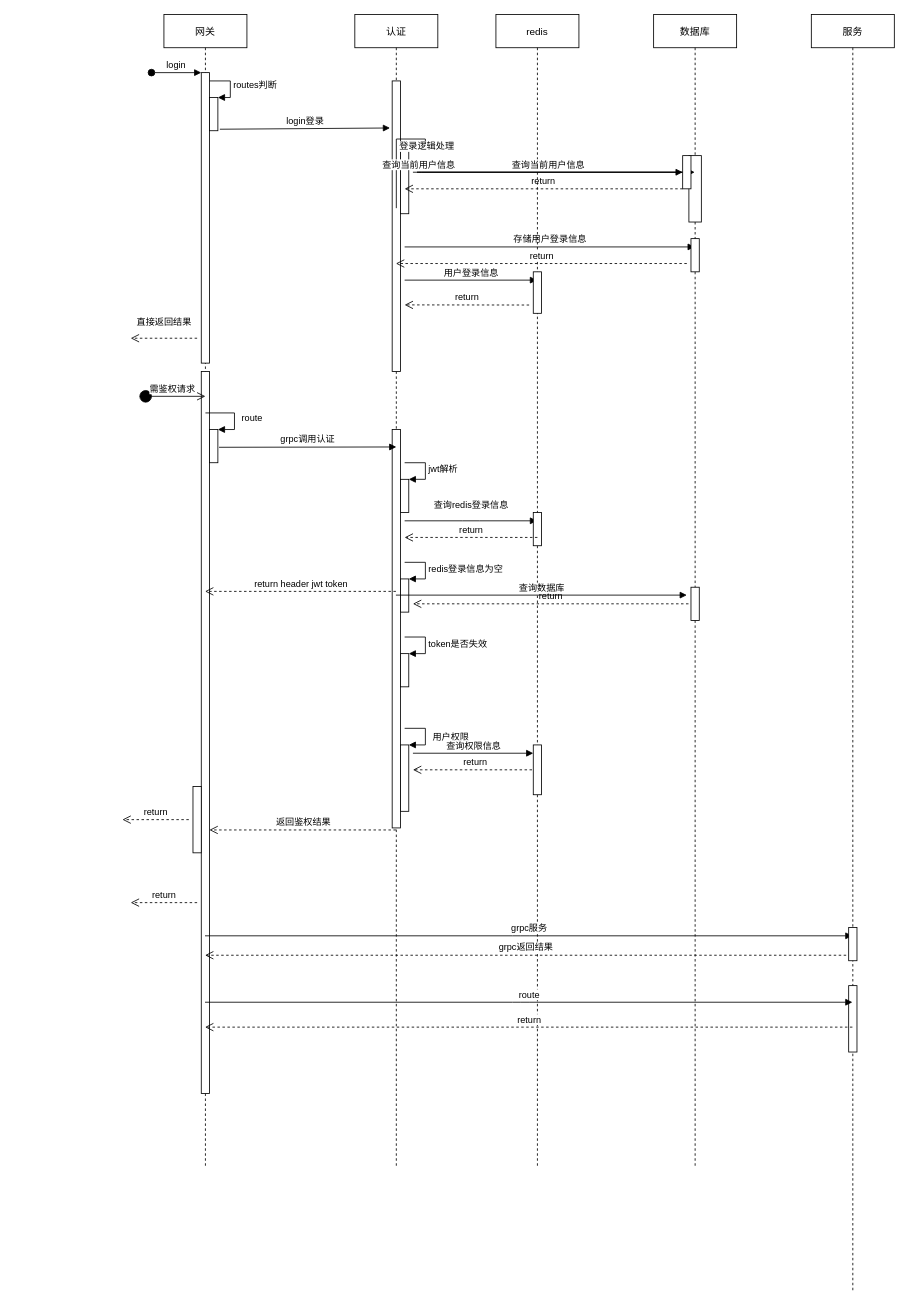
whgfc/diagrams keeps this draw.io diagram as Untitled Diagram.drawio. Above is the earlier version. Source tidied: cells renumbered, new cells numbered last; positions are measured from the earlier drawing's top-left corner, leaving out a move shared by most shapes. Both pictures are drawn from the tidied source at 83%, with x=0, y=0 at pixel (122, 14).
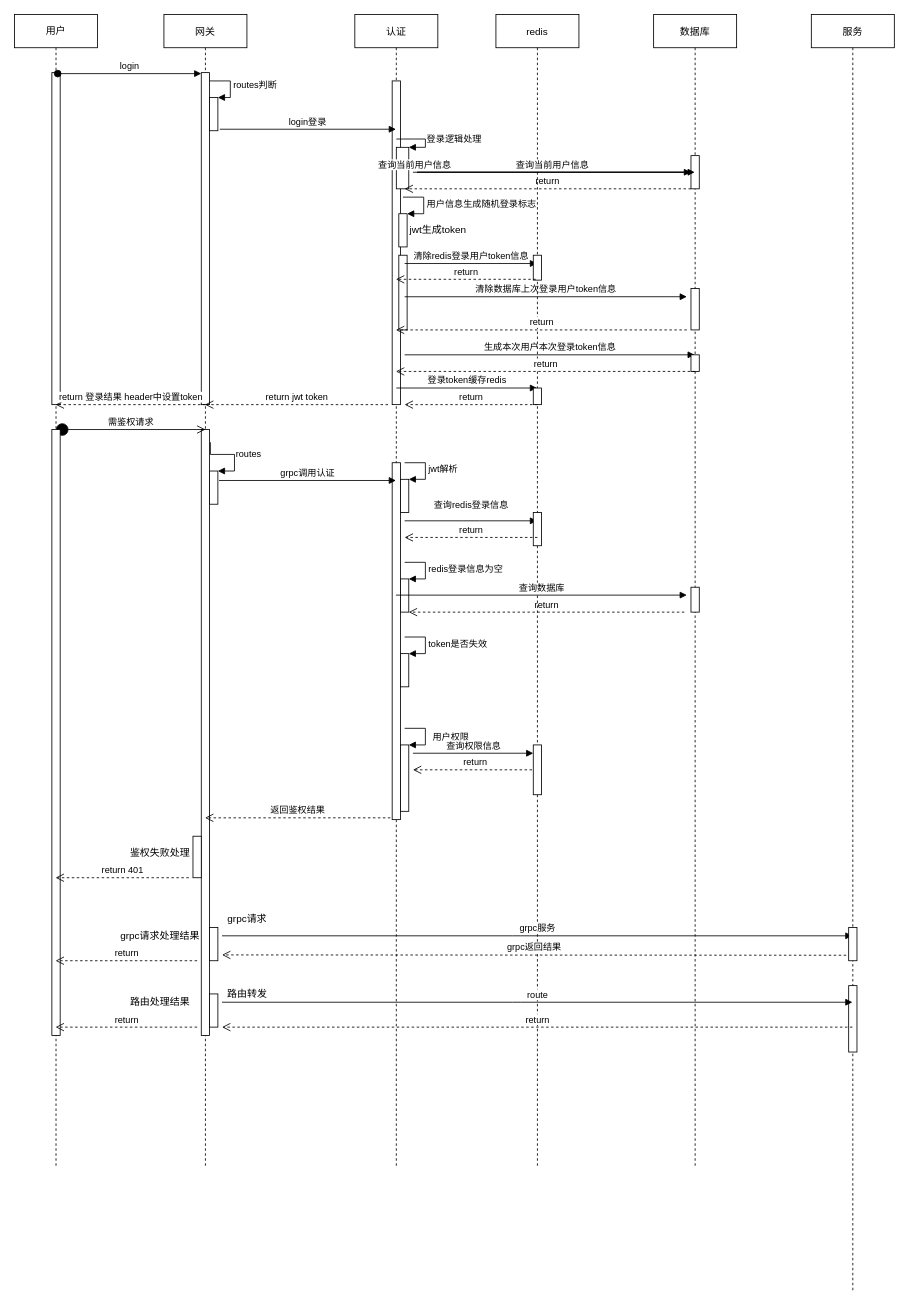
Above is the later version.

The change refers to these unchanged cells:
```xml
<mxCell id="2" value="网关" style="shape=umlLifeline;perimeter=lifelinePerimeter;rounded=0;shadow=0;strokeWidth=1;" parent="1" vertex="1">
  <mxGeometry x="50" width="100" height="1390" as="geometry" />
</mxCell>
<mxCell id="5" style="html=1;points=[];perimeter=orthogonalPerimeter;" parent="2" vertex="1">
  <mxGeometry x="55" y="100" width="10" height="40" as="geometry" />
</mxCell>
<mxCell id="11" value="认证" style="shape=umlLifeline;perimeter=lifelinePerimeter;rounded=0;shadow=0;strokeWidth=1;" parent="1" vertex="1">
  <mxGeometry x="280" width="100" height="1390" as="geometry" />
</mxCell>
<mxCell id="31" value="数据库" style="shape=umlLifeline;perimeter=lifelinePerimeter;rounded=0;shadow=0;strokeWidth=1;" parent="1" vertex="1">
  <mxGeometry x="640" width="100" height="1390" as="geometry" />
</mxCell>
<mxCell id="38" value="redis" style="shape=umlLifeline;perimeter=lifelinePerimeter;rounded=0;shadow=0;strokeWidth=1;" parent="1" vertex="1">
  <mxGeometry x="450" width="100" height="1390" as="geometry" />
</mxCell>
<mxCell id="50" value="服务" style="shape=umlLifeline;perimeter=lifelinePerimeter;rounded=0;shadow=0;strokeWidth=1;" parent="1" vertex="1">
  <mxGeometry x="830" width="100" height="1540" as="geometry" />
</mxCell>
<mxCell id="58" style="html=1;points=[];perimeter=orthogonalPerimeter;" parent="1" vertex="1">
  <mxGeometry x="875" y="1100" width="10" height="40" as="geometry" />
</mxCell>
```

What changed in the source:
```diff
@@
     <mxCell id="3" style="points=[];perimeter=orthogonalPerimeter;rounded=0;shadow=0;strokeWidth=1;" parent="2" vertex="1">
-      <mxGeometry x="45" y="70" width="10" height="350" as="geometry" />
+      <mxGeometry x="45" y="70" width="10" height="400" as="geometry" />
     </mxCell>
-    <mxCell id="4" value="login" style="verticalAlign=bottom;startArrow=oval;endArrow=block;startSize=8;shadow=0;strokeWidth=1;" parent="2" edge="1" target="3">
-      <mxGeometry relative="1" as="geometry">
-        <mxPoint x="-15" y="70" as="sourcePoint" />
-      </mxGeometry>
-    </mxCell>
@@
     <mxCell id="7" style="html=1;points=[];perimeter=orthogonalPerimeter;" parent="2" vertex="1">
-      <mxGeometry x="45" y="430" width="10" height="870" as="geometry" />
+      <mxGeometry x="45" y="500" width="10" height="730" as="geometry" />
     </mxCell>
-    <mxCell id="8" style="html=1;points=[];perimeter=orthogonalPerimeter;" parent="2" vertex="1">
-      <mxGeometry x="55" y="500" width="10" height="40" as="geometry" />
-    </mxCell>
-    <mxCell id="9" value="route" style="edgeStyle=orthogonalEdgeStyle;html=1;align=left;spacingLeft=2;endArrow=block;rounded=0;entryX=1;entryY=0;" parent="2" edge="1" target="8">
-      <mxGeometry x="0.08" y="5" relative="1" as="geometry">
-        <mxPoint x="50" y="480" as="sourcePoint" />
-        <Array as="points">
-          <mxPoint x="85" y="480" />
-        </Array>
-      </mxGeometry>
-    </mxCell>
-    <mxCell id="10" style="html=1;perimeter=orthogonalPerimeter;" parent="2" vertex="1">
-      <mxGeometry x="35" y="930" width="10" height="80" as="geometry" />
-    </mxCell>
+    <mxCell id="61" style="html=1;points=[];perimeter=orthogonalPerimeter;" parent="2" vertex="1">
+      <mxGeometry x="55" y="550" width="10" height="40" as="geometry" />
+    </mxCell>
+    <mxCell id="62" value="routes" style="edgeStyle=orthogonalEdgeStyle;html=1;align=left;spacingLeft=2;endArrow=block;rounded=0;entryX=1;entryY=0;exitX=1.1;exitY=0.021;exitDx=0;exitDy=0;exitPerimeter=0;" parent="2" edge="1" source="7" target="61">
+      <mxGeometry relative="1" as="geometry">
+        <Array as="points">
+          <mxPoint x="56" y="530" />
+          <mxPoint x="85" y="530" />
+          <mxPoint x="85" y="550" />
+        </Array>
+      </mxGeometry>
+    </mxCell>
+    <mxCell id="63" style="html=1;perimeter=orthogonalPerimeter;" parent="2" vertex="1">
+      <mxGeometry x="35" y="990" width="10" height="50" as="geometry" />
+    </mxCell>
+    <mxCell id="64" style="html=1;perimeter=orthogonalPerimeter;" parent="2" vertex="1">
+      <mxGeometry x="55" y="1100" width="10" height="40" as="geometry" />
+    </mxCell>
+    <mxCell id="65" style="html=1;perimeter=orthogonalPerimeter;" parent="2" vertex="1">
+      <mxGeometry x="55" y="1180" width="10" height="40" as="geometry" />
+    </mxCell>
@@
     <mxCell id="12" style="points=[];perimeter=orthogonalPerimeter;rounded=0;shadow=0;strokeWidth=1;" parent="11" vertex="1">
-      <mxGeometry x="45" y="80" width="10" height="350" as="geometry" />
+      <mxGeometry x="45" y="80" width="10" height="390" as="geometry" />
     </mxCell>
     <mxCell id="13" style="html=1;points=[];perimeter=orthogonalPerimeter;" parent="11" vertex="1">
-      <mxGeometry x="55" y="160" width="10" height="80" as="geometry" />
+      <mxGeometry x="50" y="160" width="15" height="50" as="geometry" />
     </mxCell>
-    <mxCell id="14" value="登录逻辑处理" style="edgeStyle=orthogonalEdgeStyle;html=1;align=left;spacingLeft=2;endArrow=block;rounded=0;entryX=1;entryY=0;exitX=0.5;exitY=0.438;exitDx=0;exitDy=0;exitPerimeter=0;" parent="11" edge="1" source="12" target="13">
+    <mxCell id="14" value="登录逻辑处理" style="edgeStyle=orthogonalEdgeStyle;html=1;align=left;spacingLeft=2;endArrow=block;rounded=0;entryX=1;entryY=0;" parent="11" edge="1" target="13">
       <mxGeometry relative="1" as="geometry">
+        <mxPoint x="50" y="150" as="sourcePoint" />
         <Array as="points">
           <mxPoint x="85" y="150" />
           <mxPoint x="85" y="160" />
         </Array>
       </mxGeometry>
     </mxCell>
     <mxCell id="15" style="html=1;points=[];perimeter=orthogonalPerimeter;" parent="11" vertex="1">
-      <mxGeometry x="45" y="500" width="10" height="480" as="geometry" />
+      <mxGeometry x="45" y="540" width="10" height="430" as="geometry" />
     </mxCell>
@@
-    <mxCell id="19" value="存储用户登录信息" style="html=1;verticalAlign=bottom;endArrow=block;" parent="11" edge="1" target="31">
-      <mxGeometry relative="1" as="geometry">
-        <mxPoint x="60" y="280" as="sourcePoint" />
-      </mxGeometry>
-    </mxCell>
-    <mxCell id="20" value="用户登录信息" style="html=1;verticalAlign=bottom;endArrow=block;" parent="11" edge="1" target="38">
-      <mxGeometry relative="1" as="geometry">
-        <mxPoint x="60" y="320" as="sourcePoint" />
-      </mxGeometry>
-    </mxCell>
@@
     <mxCell id="23" value="return" style="html=1;verticalAlign=bottom;endArrow=open;dashed=1;endSize=8;" parent="11" edge="1">
       <mxGeometry relative="1" as="geometry">
-        <mxPoint x="402" y="710" as="sourcePoint" />
-        <mxPoint x="70" y="710" as="targetPoint" />
+        <mxPoint x="397" y="720" as="sourcePoint" />
+        <mxPoint x="65" y="720" as="targetPoint" />
       </mxGeometry>
     </mxCell>
@@
+    <mxCell id="66" style="html=1;points=[];perimeter=orthogonalPerimeter;" parent="11" vertex="1">
+      <mxGeometry x="53" y="240" width="10" height="40" as="geometry" />
+    </mxCell>
+    <mxCell id="67" value="用户信息生成随机登录标志" style="edgeStyle=orthogonalEdgeStyle;html=1;align=left;spacingLeft=2;endArrow=block;rounded=0;entryX=1;entryY=0;" parent="11" edge="1" target="66">
+      <mxGeometry relative="1" as="geometry">
+        <mxPoint x="58" y="220" as="sourcePoint" />
+        <Array as="points">
+          <mxPoint x="83" y="220" />
+        </Array>
+      </mxGeometry>
+    </mxCell>
+    <mxCell id="68" style="html=1;points=[];perimeter=orthogonalPerimeter;" parent="11" vertex="1">
+      <mxGeometry x="53" y="290" width="10" height="90" as="geometry" />
+    </mxCell>
+    <mxCell id="69" value="清除redis登录用户token信息" style="html=1;verticalAlign=bottom;endArrow=block;" parent="11" edge="1" target="38">
+      <mxGeometry relative="1" as="geometry">
+        <mxPoint x="60" y="300" as="sourcePoint" />
+      </mxGeometry>
+    </mxCell>
+    <mxCell id="70" value="清除数据库上次登录用户token信息" style="html=1;verticalAlign=bottom;endArrow=block;exitX=0.7;exitY=0.556;exitDx=0;exitDy=0;exitPerimeter=0;" parent="11" edge="1" source="68">
+      <mxGeometry relative="1" as="geometry">
+        <mxPoint x="400" y="340" as="targetPoint" />
+      </mxGeometry>
+    </mxCell>
+    <mxCell id="71" value="生成本次用户本次登录token信息" style="html=1;verticalAlign=bottom;endArrow=block;" parent="11" edge="1" target="31">
+      <mxGeometry relative="1" as="geometry">
+        <mxPoint x="60" y="410" as="sourcePoint" />
+      </mxGeometry>
+    </mxCell>
+    <mxCell id="72" value="登录token缓存redis" style="html=1;verticalAlign=bottom;endArrow=block;" parent="11" edge="1" target="38">
+      <mxGeometry relative="1" as="geometry">
+        <mxPoint x="50" y="450" as="sourcePoint" />
+      </mxGeometry>
+    </mxCell>
-    <mxCell id="29" value="login登录" style="html=1;verticalAlign=bottom;endArrow=block;entryX=-0.26;entryY=0.162;exitX=1.24;exitY=0.955;exitDx=0;exitDy=0;exitPerimeter=0;entryDx=0;entryDy=0;entryPerimeter=0;" parent="1" edge="1" source="5" target="12">
+    <mxCell id="29" value="login登录" style="html=1;verticalAlign=bottom;endArrow=block;exitX=1.24;exitY=0.955;exitDx=0;exitDy=0;exitPerimeter=0;" parent="1" edge="1" source="5" target="11">
       <mxGeometry relative="1" as="geometry" />
     </mxCell>
-    <mxCell id="30" value="return header jwt token" style="html=1;verticalAlign=bottom;endArrow=open;dashed=1;endSize=8;" parent="1" edge="1" source="11" target="2">
-      <mxGeometry relative="1" as="geometry" />
-    </mxCell>
@@
-    <mxCell id="32" style="perimeter=orthogonalPerimeter;rounded=0;shadow=0;strokeWidth=1;" parent="31" vertex="1">
-      <mxGeometry x="42.5" y="170" width="15" height="80" as="geometry" />
-    </mxCell>
     <mxCell id="33" style="html=1;perimeter=orthogonalPerimeter;" parent="31" vertex="1">
-      <mxGeometry x="45" y="270" width="10" height="40" as="geometry" />
+      <mxGeometry x="45" y="410" width="10" height="20" as="geometry" />
     </mxCell>
     <mxCell id="34" style="html=1;perimeter=orthogonalPerimeter;" parent="31" vertex="1">
-      <mxGeometry x="45" y="690" width="10" height="40" as="geometry" />
+      <mxGeometry x="45" y="690" width="10" height="30" as="geometry" />
     </mxCell>
-    <mxCell id="35" value="直接返回结果" style="html=1;verticalAlign=bottom;endArrow=open;dashed=1;endSize=8;" parent="1" edge="1">
-      <mxGeometry y="-10" relative="1" as="geometry">
-        <mxPoint x="90" y="390" as="sourcePoint" />
-        <mxPoint x="10" y="390" as="targetPoint" />
-      </mxGeometry>
-    </mxCell>
+    <mxCell id="48" style="html=1;points=[];perimeter=orthogonalPerimeter;" parent="31" vertex="1">
+      <mxGeometry x="45" y="170" width="10" height="40" as="geometry" />
+    </mxCell>
-    <mxCell id="36" value="查询当前用户信息" style="html=1;verticalAlign=bottom;endArrow=block;" parent="1" edge="1" source="48" target="31">
+    <mxCell id="36" value="查询当前用户信息" style="html=1;verticalAlign=bottom;endArrow=block;" parent="31" edge="1" source="48" target="31">
       <mxGeometry relative="1" as="geometry">
         <Array as="points">
-          <mxPoint x="350" y="190" />
+          <mxPoint x="-290" y="190" />
         </Array>
       </mxGeometry>
     </mxCell>
+    <mxCell id="73" style="html=1;perimeter=orthogonalPerimeter;" parent="31" vertex="1">
+      <mxGeometry x="45" y="330" width="10" height="50" as="geometry" />
+    </mxCell>
@@
     <mxCell id="40" style="html=1;perimeter=orthogonalPerimeter;" parent="38" vertex="1">
-      <mxGeometry x="45" y="310" width="10" height="50" as="geometry" />
+      <mxGeometry x="45" y="450" width="10" height="20" as="geometry" />
     </mxCell>
@@
+    <mxCell id="74" style="html=1;points=[];perimeter=orthogonalPerimeter;" parent="38" vertex="1">
+      <mxGeometry x="45" y="290" width="10" height="30" as="geometry" />
+    </mxCell>
-    <mxCell id="42" value="需鉴权请求" style="html=1;verticalAlign=bottom;startArrow=circle;startFill=1;endArrow=open;startSize=6;endSize=8;" parent="1" edge="1">
+    <mxCell id="42" value="需鉴权请求" style="html=1;verticalAlign=bottom;startArrow=circle;startFill=1;endArrow=open;startSize=6;endSize=8;" parent="1" edge="1" source="75">
       <mxGeometry relative="1" as="geometry">
-        <mxPoint x="20" y="460" as="sourcePoint" />
-        <mxPoint x="100" y="460" as="targetPoint" />
+        <mxPoint x="100" y="500" as="targetPoint" />
       </mxGeometry>
     </mxCell>
-    <mxCell id="43" value="grpc调用认证" style="html=1;verticalAlign=bottom;endArrow=block;exitX=1.14;exitY=0.535;exitDx=0;exitDy=0;exitPerimeter=0;" parent="1" edge="1" source="8">
+    <mxCell id="43" value="grpc调用认证" style="html=1;verticalAlign=bottom;endArrow=block;exitX=1.14;exitY=0.535;exitDx=0;exitDy=0;exitPerimeter=0;" parent="1" edge="1" target="11">
       <mxGeometry relative="1" as="geometry">
-        <mxPoint x="330" y="521" as="targetPoint" />
+        <mxPoint x="116.4" y="561.4" as="sourcePoint" />
       </mxGeometry>
     </mxCell>
-    <mxCell id="44" value="return" style="html=1;verticalAlign=bottom;endArrow=open;dashed=1;endSize=8;" parent="1" edge="1" target="11">
-      <mxGeometry relative="1" as="geometry">
-        <mxPoint x="680" y="300" as="sourcePoint" />
-      </mxGeometry>
-    </mxCell>
-    <mxCell id="45" value="return" style="html=1;verticalAlign=bottom;endArrow=open;dashed=1;endSize=8;entryX=1.5;entryY=0.771;entryDx=0;entryDy=0;entryPerimeter=0;" parent="1" edge="1" target="12">
-      <mxGeometry relative="1" as="geometry">
-        <mxPoint x="490" y="350" as="sourcePoint" />
-      </mxGeometry>
-    </mxCell>
@@
-    <mxCell id="47" value="返回鉴权结果" style="html=1;verticalAlign=bottom;endArrow=open;dashed=1;endSize=8;entryX=0.98;entryY=0.635;entryDx=0;entryDy=0;entryPerimeter=0;" parent="1" edge="1" source="11" target="7">
+    <mxCell id="47" value="返回鉴权结果" style="html=1;verticalAlign=bottom;endArrow=open;dashed=1;endSize=8;exitX=-0.22;exitY=0.995;exitDx=0;exitDy=0;exitPerimeter=0;" parent="1" edge="1" source="15" target="2">
       <mxGeometry relative="1" as="geometry" />
     </mxCell>
-    <mxCell id="48" style="html=1;points=[];perimeter=orthogonalPerimeter;" parent="1" vertex="1">
-      <mxGeometry x="675" y="170" width="10" height="40" as="geometry" />
-    </mxCell>
@@
-    <mxCell id="52" value="return" style="html=1;verticalAlign=bottom;endArrow=open;dashed=1;endSize=8;" parent="1" edge="1">
-      <mxGeometry relative="1" as="geometry">
-        <mxPoint x="80" y="970" as="sourcePoint" />
-        <mxPoint y="970" as="targetPoint" />
-      </mxGeometry>
-    </mxCell>
-    <mxCell id="53" value="return" style="html=1;verticalAlign=bottom;endArrow=open;dashed=1;endSize=8;" parent="1" edge="1">
-      <mxGeometry relative="1" as="geometry">
-        <mxPoint x="90" y="1070" as="sourcePoint" />
-        <mxPoint x="10" y="1070" as="targetPoint" />
-      </mxGeometry>
-    </mxCell>
-    <mxCell id="54" value="grpc服务" style="html=1;verticalAlign=bottom;endArrow=block;" parent="1" edge="1" source="2" target="50">
+    <mxCell id="54" value="grpc服务" style="html=1;verticalAlign=bottom;endArrow=block;" parent="1" edge="1" target="50">
       <mxGeometry relative="1" as="geometry">
+        <mxPoint x="120" y="1110" as="sourcePoint" />
         <Array as="points">
           <mxPoint x="480" y="1110" />
         </Array>
       </mxGeometry>
     </mxCell>
-    <mxCell id="55" value="grpc返回结果" style="html=1;verticalAlign=bottom;endArrow=open;dashed=1;endSize=8;exitX=-0.3;exitY=0.835;exitDx=0;exitDy=0;exitPerimeter=0;" parent="1" edge="1" source="58" target="2">
-      <mxGeometry relative="1" as="geometry" />
+    <mxCell id="55" value="grpc返回结果" style="html=1;verticalAlign=bottom;endArrow=open;dashed=1;endSize=8;exitX=-0.3;exitY=0.835;exitDx=0;exitDy=0;exitPerimeter=0;" parent="1" edge="1" source="58">
+      <mxGeometry relative="1" as="geometry">
+        <mxPoint x="120" y="1133" as="targetPoint" />
+      </mxGeometry>
     </mxCell>
-    <mxCell id="56" value="route" style="html=1;verticalAlign=bottom;endArrow=block;" parent="1" edge="1" source="2" target="50">
+    <mxCell id="56" value="route" style="html=1;verticalAlign=bottom;endArrow=block;" parent="1" edge="1" target="50">
       <mxGeometry relative="1" as="geometry">
+        <mxPoint x="120" y="1190" as="sourcePoint" />
         <Array as="points">
           <mxPoint x="480" y="1190" />
         </Array>
       </mxGeometry>
     </mxCell>
-    <mxCell id="57" value="return" style="html=1;verticalAlign=bottom;endArrow=open;dashed=1;endSize=8;" parent="1" edge="1" source="50" target="2">
+    <mxCell id="57" value="return" style="html=1;verticalAlign=bottom;endArrow=open;dashed=1;endSize=8;" parent="1" edge="1" source="50">
       <mxGeometry relative="1" as="geometry">
+        <mxPoint x="120" y="1220" as="targetPoint" />
         <Array as="points">
           <mxPoint x="840" y="1220" />
         </Array>
       </mxGeometry>
     </mxCell>
@@
+    <mxCell id="75" value="用户" style="shape=umlLifeline;perimeter=lifelinePerimeter;whiteSpace=wrap;html=1;outlineConnect=0;" parent="1" vertex="1">
+      <mxGeometry x="-130" width="100" height="1390" as="geometry" />
+    </mxCell>
+    <mxCell id="76" style="html=1;points=[];perimeter=orthogonalPerimeter;" parent="75" vertex="1">
+      <mxGeometry x="45" y="70" width="10" height="400" as="geometry" />
+    </mxCell>
+    <mxCell id="77" style="html=1;perimeter=orthogonalPerimeter;" parent="75" vertex="1">
+      <mxGeometry x="45" y="500" width="10" height="730" as="geometry" />
+    </mxCell>
+    <mxCell id="4" value="login" style="verticalAlign=bottom;startArrow=oval;endArrow=block;startSize=8;shadow=0;strokeWidth=1;exitX=0.7;exitY=0.003;exitDx=0;exitDy=0;exitPerimeter=0;" parent="1" edge="1" source="76" target="3">
+      <mxGeometry relative="1" as="geometry" />
+    </mxCell>
+    <mxCell id="78" value="jwt生成token" style="text;html=1;align=center;verticalAlign=middle;" parent="1" vertex="1">
+      <mxGeometry x="340" y="250" width="80" height="20" as="geometry" />
+    </mxCell>
+    <mxCell id="79" value="return" style="html=1;verticalAlign=bottom;endArrow=open;dashed=1;endSize=8;exitX=0.3;exitY=0.967;exitDx=0;exitDy=0;exitPerimeter=0;" parent="1" edge="1" source="74" target="11">
+      <mxGeometry relative="1" as="geometry" />
+    </mxCell>
+    <mxCell id="80" value="return" style="html=1;verticalAlign=bottom;endArrow=open;dashed=1;endSize=8;" parent="1" edge="1" target="11">
+      <mxGeometry relative="1" as="geometry">
+        <mxPoint x="680" y="380" as="sourcePoint" />
+      </mxGeometry>
+    </mxCell>
+    <mxCell id="81" value="return" style="html=1;verticalAlign=bottom;endArrow=open;dashed=1;endSize=8;" parent="1" edge="1" target="11">
+      <mxGeometry relative="1" as="geometry">
+        <mxPoint x="690" y="430" as="sourcePoint" />
+      </mxGeometry>
+    </mxCell>
+    <mxCell id="82" value="return" style="html=1;verticalAlign=bottom;endArrow=open;dashed=1;endSize=8;entryX=1.5;entryY=1;entryDx=0;entryDy=0;entryPerimeter=0;" parent="1" edge="1" target="12">
+      <mxGeometry relative="1" as="geometry">
+        <mxPoint x="500" y="470" as="sourcePoint" />
+      </mxGeometry>
+    </mxCell>
+    <mxCell id="83" value="return jwt token" style="html=1;verticalAlign=bottom;endArrow=open;dashed=1;endSize=8;" parent="1" edge="1" target="2">
+      <mxGeometry relative="1" as="geometry">
+        <mxPoint x="320" y="470" as="sourcePoint" />
+      </mxGeometry>
+    </mxCell>
+    <mxCell id="84" value="return 登录结果 header中设置token" style="html=1;verticalAlign=bottom;endArrow=open;dashed=1;endSize=8;" parent="1" edge="1" target="75">
+      <mxGeometry relative="1" as="geometry">
+        <mxPoint x="100" y="470" as="sourcePoint" />
+      </mxGeometry>
+    </mxCell>
+    <mxCell id="85" value="return 401" style="html=1;verticalAlign=bottom;endArrow=open;dashed=1;endSize=8;" parent="1" edge="1" target="75">
+      <mxGeometry relative="1" as="geometry">
+        <mxPoint x="80" y="1040" as="sourcePoint" />
+      </mxGeometry>
+    </mxCell>
+    <mxCell id="86" value="鉴权失败处理" style="text;html=1;align=center;verticalAlign=middle;" parent="1" vertex="1">
+      <mxGeometry y="1000" width="90" height="20" as="geometry" />
+    </mxCell>
+    <mxCell id="87" value="grpc请求" style="text;html=1;align=center;verticalAlign=middle;" parent="1" vertex="1">
+      <mxGeometry x="120" y="1080" width="60" height="20" as="geometry" />
+    </mxCell>
+    <mxCell id="88" value="路由转发" style="text;html=1;align=center;verticalAlign=middle;" parent="1" vertex="1">
+      <mxGeometry x="120" y="1170" width="60" height="20" as="geometry" />
+    </mxCell>
+    <mxCell id="89" value="return" style="html=1;verticalAlign=bottom;endArrow=open;dashed=1;endSize=8;" parent="1" edge="1" target="75">
+      <mxGeometry relative="1" as="geometry">
+        <mxPoint x="90" y="1140" as="sourcePoint" />
+      </mxGeometry>
+    </mxCell>
+    <mxCell id="90" value="grpc请求处理结果" style="text;html=1;align=center;verticalAlign=middle;" parent="1" vertex="1">
+      <mxGeometry x="-10" y="1100" width="110" height="20" as="geometry" />
+    </mxCell>
+    <mxCell id="91" value="return" style="html=1;verticalAlign=bottom;endArrow=open;dashed=1;endSize=8;" parent="1" edge="1" target="75">
+      <mxGeometry relative="1" as="geometry">
+        <mxPoint x="90" y="1220" as="sourcePoint" />
+      </mxGeometry>
+    </mxCell>
+    <mxCell id="92" value="路由处理结果" style="text;html=1;align=center;verticalAlign=middle;" parent="1" vertex="1">
+      <mxGeometry y="1180" width="90" height="20" as="geometry" />
+    </mxCell>
```
